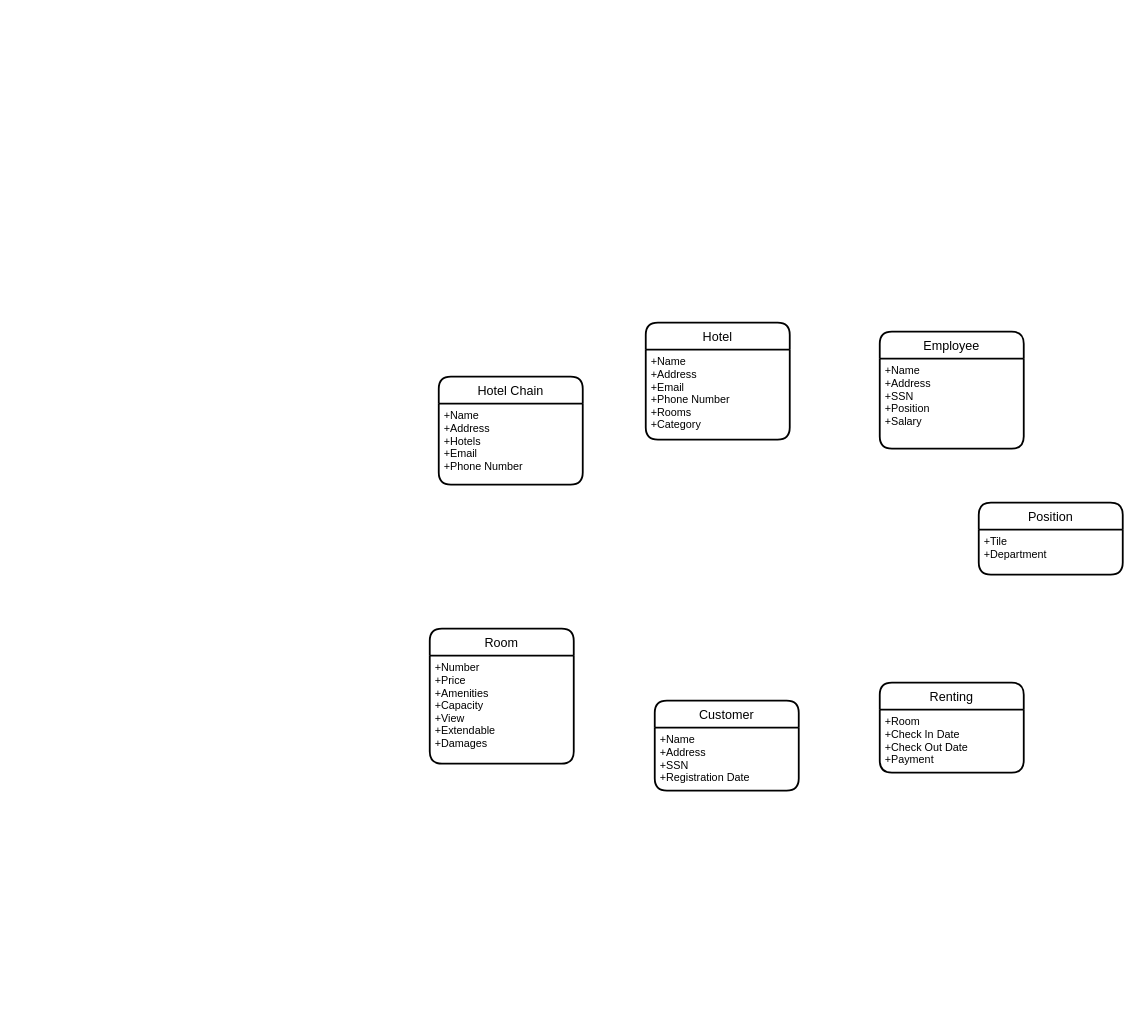
The draw.io diagram Deliverable1/CSI2132_D1_ER.drawio in NoahSprenger/CSI2132_GroupProject, before the edit. Source tidied: cells renumbered, new cells numbered last; positions are measured from the earlier drawing's top-left corner, leaving out a move shared by most shapes. Both pictures are drawn from the tidied source at 90%, with x=0, y=0 at pixel (429, 322).
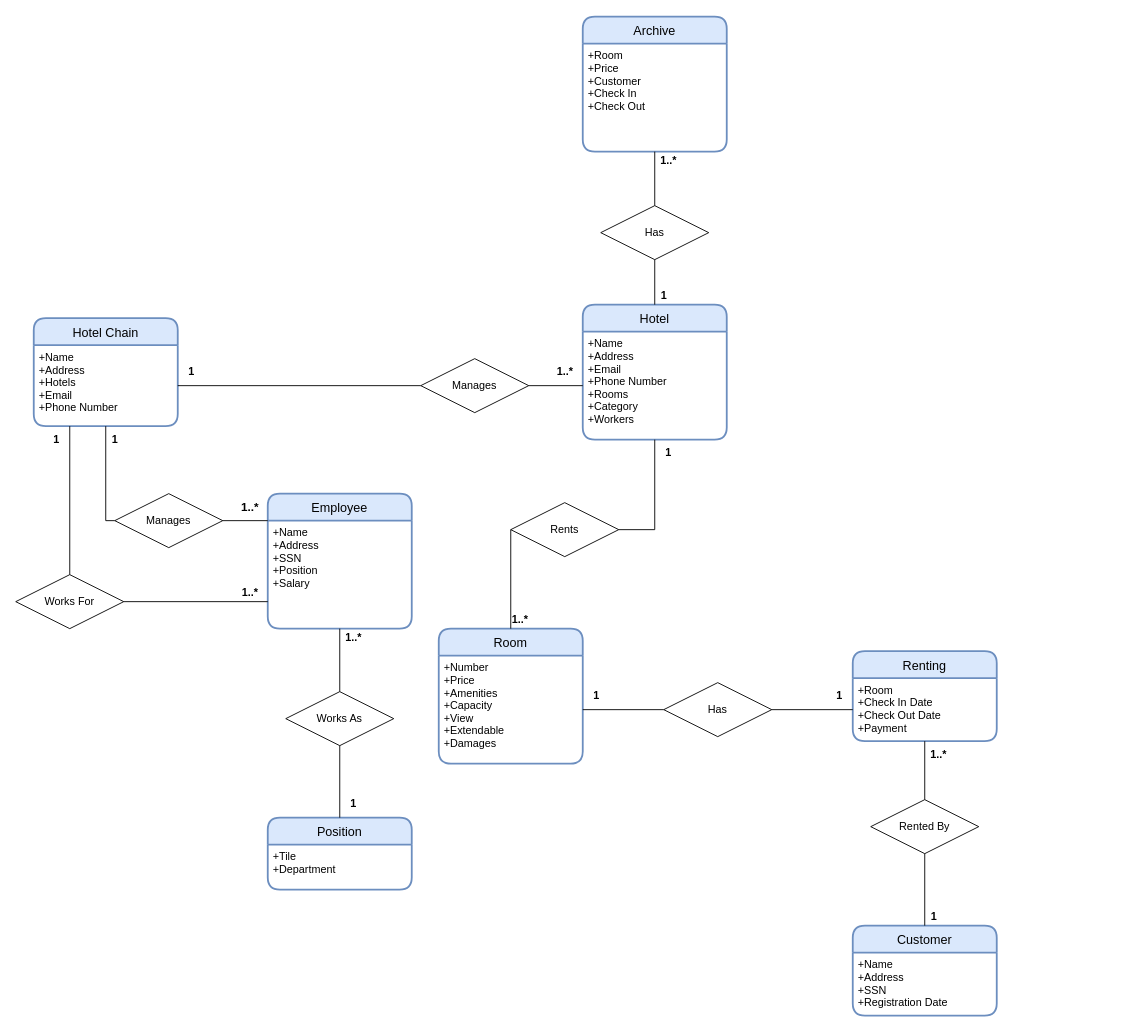
The same diagram, later.

Unchanged cells that the change refers to:
```xml
<mxCell id="3" value="+Name&#10;+Address &#10;+Hotels &#10;+Email&#10;+Phone Number&#10;" style="align=left;strokeColor=none;fillColor=none;spacingLeft=4;fontSize=12;verticalAlign=top;" parent="2" vertex="1">
  <mxGeometry y="30" width="160" height="90" as="geometry" />
</mxCell>
<mxCell id="15" value="+Room&#10;+Check In Date&#10;+Check Out Date&#10;+Payment&#10;" style="align=left;strokeColor=none;fillColor=none;spacingLeft=4;fontSize=12;verticalAlign=top;" parent="14" vertex="1">
  <mxGeometry y="30" width="160" height="70" as="geometry" />
</mxCell>
```

Diff of the diagram source:
```diff
@@
-    <mxCell id="2" value="Hotel Chain" style="swimlane;horizontal=1;startSize=30;rounded=1;fontSize=14;fontStyle=0;strokeWidth=2;shadow=0;dashed=0;align=center;" parent="1" vertex="1">
-      <mxGeometry x="10" y="60" width="160" height="120" as="geometry" />
+    <mxCell id="2" value="Hotel Chain" style="swimlane;horizontal=1;startSize=30;rounded=1;fontSize=14;fontStyle=0;strokeWidth=2;shadow=0;dashed=0;align=center;fillColor=#dae8fc;strokeColor=#6c8ebf;" parent="1" vertex="1">
+      <mxGeometry x="-440" y="-5" width="160" height="120" as="geometry" />
     </mxCell>
@@
-    <mxCell id="4" value="Hotel" style="swimlane;horizontal=1;startSize=30;rounded=1;fontSize=14;fontStyle=0;strokeWidth=2;shadow=0;dashed=0;align=center;" parent="1" vertex="1">
-      <mxGeometry x="240" width="160" height="130" as="geometry" />
+    <mxCell id="4" value="Hotel" style="swimlane;horizontal=1;startSize=30;rounded=1;fontSize=14;fontStyle=0;strokeWidth=2;shadow=0;dashed=0;align=center;fillColor=#dae8fc;strokeColor=#6c8ebf;" parent="1" vertex="1">
+      <mxGeometry x="170" y="-20" width="160" height="150" as="geometry" />
     </mxCell>
-    <mxCell id="5" value="+Name&#10;+Address &#10;+Email&#10;+Phone Number&#10;+Rooms&#10;+Category &#10;&#10;" style="align=left;strokeColor=none;fillColor=none;spacingLeft=4;fontSize=12;verticalAlign=top;" parent="4" vertex="1">
-      <mxGeometry y="30" width="160" height="100" as="geometry" />
+    <mxCell id="5" value="+Name&#10;+Address &#10;+Email&#10;+Phone Number&#10;+Rooms&#10;+Category &#10;+Workers&#10;" style="align=left;strokeColor=none;fillColor=none;spacingLeft=4;fontSize=12;verticalAlign=top;" parent="4" vertex="1">
+      <mxGeometry y="30" width="160" height="120" as="geometry" />
     </mxCell>
-    <mxCell id="6" value="Room" style="swimlane;horizontal=1;startSize=30;rounded=1;fontSize=14;fontStyle=0;strokeWidth=2;shadow=0;dashed=0;align=center;" parent="1" vertex="1">
-      <mxGeometry y="340" width="160" height="150" as="geometry" />
+    <mxCell id="6" value="Room" style="swimlane;horizontal=1;startSize=30;rounded=1;fontSize=14;fontStyle=0;strokeWidth=2;shadow=0;dashed=0;align=center;fillColor=#dae8fc;strokeColor=#6c8ebf;" parent="1" vertex="1">
+      <mxGeometry x="10" y="340" width="160" height="150" as="geometry" />
     </mxCell>
-    <mxCell id="7" value="+Number&#10;+Price&#10;+Amenities&#10;+Capacity&#10;+View&#10;+Extendable&#10;+Damages &#10;&#10;" style="align=left;strokeColor=none;fillColor=none;spacingLeft=4;fontSize=12;verticalAlign=top;" parent="6" vertex="1">
+    <mxCell id="7" value="+Number&#10;+Price&#10;+Amenities&#10;+Capacity&#10;+View&#10;+Extendable&#10;+Damages " style="align=left;strokeColor=none;fillColor=none;spacingLeft=4;fontSize=12;verticalAlign=top;" parent="6" vertex="1">
       <mxGeometry y="30" width="160" height="120" as="geometry" />
     </mxCell>
-    <mxCell id="8" value="Customer" style="swimlane;horizontal=1;startSize=30;rounded=1;fontSize=14;fontStyle=0;strokeWidth=2;shadow=0;dashed=0;align=center;" parent="1" vertex="1">
-      <mxGeometry x="250" y="420" width="160" height="100" as="geometry" />
+    <mxCell id="8" value="Customer" style="swimlane;horizontal=1;startSize=30;rounded=1;fontSize=14;fontStyle=0;strokeWidth=2;shadow=0;dashed=0;align=center;fillColor=#dae8fc;strokeColor=#6c8ebf;" parent="1" vertex="1">
+      <mxGeometry x="470" y="670" width="160" height="100" as="geometry" />
     </mxCell>
@@
-    <mxCell id="10" value="Employee" style="swimlane;horizontal=1;startSize=30;rounded=1;fontSize=14;fontStyle=0;strokeWidth=2;shadow=0;dashed=0;align=center;" parent="1" vertex="1">
-      <mxGeometry x="500" y="10" width="160" height="130" as="geometry" />
+    <mxCell id="10" value="Employee" style="swimlane;horizontal=1;startSize=30;rounded=1;fontSize=14;fontStyle=0;strokeWidth=2;shadow=0;dashed=0;align=center;fillColor=#dae8fc;strokeColor=#6c8ebf;" parent="1" vertex="1">
+      <mxGeometry x="-180" y="190" width="160" height="150" as="geometry" />
     </mxCell>
     <mxCell id="11" value="+Name&#10;+Address&#10;+SSN&#10;+Position&#10;+Salary&#10;" style="align=left;strokeColor=none;fillColor=none;spacingLeft=4;fontSize=12;verticalAlign=top;" parent="10" vertex="1">
-      <mxGeometry y="30" width="160" height="100" as="geometry" />
+      <mxGeometry y="30" width="160" height="120" as="geometry" />
     </mxCell>
-    <mxCell id="12" value="Position" style="swimlane;horizontal=1;startSize=30;rounded=1;fontSize=14;fontStyle=0;strokeWidth=2;shadow=0;dashed=0;align=center;" parent="1" vertex="1">
-      <mxGeometry x="610" y="200" width="160" height="80" as="geometry" />
+    <mxCell id="12" value="Position" style="swimlane;horizontal=1;startSize=30;rounded=1;fontSize=14;fontStyle=0;strokeWidth=2;shadow=0;dashed=0;align=center;fillColor=#dae8fc;strokeColor=#6c8ebf;" parent="1" vertex="1">
+      <mxGeometry x="-180" y="550" width="160" height="80" as="geometry" />
     </mxCell>
@@
-    <mxCell id="14" value="Renting" style="swimlane;horizontal=1;startSize=30;rounded=1;fontSize=14;fontStyle=0;strokeWidth=2;shadow=0;dashed=0;align=center;" parent="1" vertex="1">
-      <mxGeometry x="500" y="400" width="160" height="100" as="geometry" />
+    <mxCell id="14" value="Renting" style="swimlane;horizontal=1;startSize=30;rounded=1;fontSize=14;fontStyle=0;strokeWidth=2;shadow=0;dashed=0;align=center;fillColor=#dae8fc;strokeColor=#6c8ebf;" parent="1" vertex="1">
+      <mxGeometry x="470" y="365" width="160" height="100" as="geometry" />
     </mxCell>
@@
+    <mxCell id="16" value="&lt;b&gt;1&lt;/b&gt;" style="text;html=1;align=center;verticalAlign=middle;strokeColor=none;fillColor=none;" parent="1" vertex="1">
+      <mxGeometry x="-280" y="40" width="30" height="30" as="geometry" />
+    </mxCell>
+    <mxCell id="17" value="Works As" style="shape=rhombus;perimeter=rhombusPerimeter;whiteSpace=wrap;html=1;align=center;" parent="1" vertex="1">
+      <mxGeometry x="-160" y="410" width="120" height="60" as="geometry" />
+    </mxCell>
+    <mxCell id="18" value="Archive" style="swimlane;horizontal=1;startSize=30;rounded=1;fontSize=14;fontStyle=0;strokeWidth=2;shadow=0;dashed=0;align=center;fillColor=#dae8fc;strokeColor=#6c8ebf;" parent="1" vertex="1">
+      <mxGeometry x="170" y="-340" width="160" height="150" as="geometry" />
+    </mxCell>
+    <mxCell id="19" value="+Room&#10;+Price&#10;+Customer&#10;+Check In&#10;+Check Out&#10;" style="align=left;strokeColor=none;fillColor=none;spacingLeft=4;fontSize=12;verticalAlign=top;" parent="18" vertex="1">
+      <mxGeometry y="30" width="160" height="120" as="geometry" />
+    </mxCell>
+    <mxCell id="20" value="Manages" style="shape=rhombus;perimeter=rhombusPerimeter;whiteSpace=wrap;html=1;align=center;" parent="1" vertex="1">
+      <mxGeometry x="-350" y="190" width="120" height="60" as="geometry" />
+    </mxCell>
+    <mxCell id="21" value="&lt;div&gt;Works For&lt;br&gt;&lt;/div&gt;" style="shape=rhombus;perimeter=rhombusPerimeter;whiteSpace=wrap;html=1;align=center;" parent="1" vertex="1">
+      <mxGeometry x="-460" y="280" width="120" height="60" as="geometry" />
+    </mxCell>
+    <mxCell id="22" value="Rents" style="shape=rhombus;perimeter=rhombusPerimeter;whiteSpace=wrap;html=1;align=center;" parent="1" vertex="1">
+      <mxGeometry x="90" y="200" width="120" height="60" as="geometry" />
+    </mxCell>
+    <mxCell id="23" value="Manages" style="shape=rhombus;perimeter=rhombusPerimeter;whiteSpace=wrap;html=1;align=center;" parent="1" vertex="1">
+      <mxGeometry x="-10" y="40" width="120" height="60" as="geometry" />
+    </mxCell>
+    <mxCell id="24" value="Rented By" style="shape=rhombus;perimeter=rhombusPerimeter;whiteSpace=wrap;html=1;align=center;" parent="1" vertex="1">
+      <mxGeometry x="490" y="530" width="120" height="60" as="geometry" />
+    </mxCell>
+    <mxCell id="25" style="endArrow=none;html=1;rounded=0;entryX=1;entryY=0.5;entryDx=0;entryDy=0;exitX=0;exitY=0.5;exitDx=0;exitDy=0;" parent="1" edge="1" source="23" target="3">
+      <mxGeometry relative="1" as="geometry" />
+    </mxCell>
+    <mxCell id="26" style="endArrow=none;html=1;rounded=0;entryX=1;entryY=0.5;entryDx=0;entryDy=0;exitX=0;exitY=0.5;exitDx=0;exitDy=0;" parent="1" edge="1" source="5" target="23">
+      <mxGeometry relative="1" as="geometry" />
+    </mxCell>
+    <mxCell id="27" value="&lt;b&gt;1..*&lt;/b&gt;" style="text;html=1;align=center;verticalAlign=middle;strokeColor=none;fillColor=none;" parent="1" vertex="1">
+      <mxGeometry x="130" y="40" width="40" height="30" as="geometry" />
+    </mxCell>
+    <mxCell id="28" style="endArrow=none;html=1;rounded=0;entryX=1;entryY=0.5;entryDx=0;entryDy=0;exitX=0.5;exitY=1;exitDx=0;exitDy=0;" parent="1" edge="1" source="4" target="22">
+      <mxGeometry relative="1" as="geometry">
+        <Array as="points">
+          <mxPoint x="250" y="230" />
+        </Array>
+      </mxGeometry>
+    </mxCell>
+    <mxCell id="29" style="endArrow=none;html=1;rounded=0;entryX=0;entryY=0.5;entryDx=0;entryDy=0;exitX=0.5;exitY=0;exitDx=0;exitDy=0;" parent="1" edge="1" source="6" target="22">
+      <mxGeometry relative="1" as="geometry" />
+    </mxCell>
+    <mxCell id="30" value="&lt;b&gt;1&lt;/b&gt;" style="text;html=1;align=center;verticalAlign=middle;strokeColor=none;fillColor=none;" parent="1" vertex="1">
+      <mxGeometry x="250" y="130" width="30" height="30" as="geometry" />
+    </mxCell>
+    <mxCell id="31" value="&lt;b&gt;1..*&lt;/b&gt;" style="text;html=1;align=center;verticalAlign=middle;strokeColor=none;fillColor=none;" parent="1" vertex="1">
+      <mxGeometry x="80" y="315" width="40" height="30" as="geometry" />
+    </mxCell>
+    <mxCell id="32" style="endArrow=none;html=1;rounded=0;entryX=0.5;entryY=1;entryDx=0;entryDy=0;exitX=0.5;exitY=0;exitDx=0;exitDy=0;" parent="1" edge="1" source="17" target="10">
+      <mxGeometry relative="1" as="geometry" />
+    </mxCell>
+    <mxCell id="33" style="endArrow=none;html=1;rounded=0;entryX=0.5;entryY=1;entryDx=0;entryDy=0;exitX=0.5;exitY=0;exitDx=0;exitDy=0;" parent="1" edge="1" source="12" target="17">
+      <mxGeometry relative="1" as="geometry" />
+    </mxCell>
+    <mxCell id="34" style="endArrow=none;html=1;rounded=0;entryX=1;entryY=0.5;entryDx=0;entryDy=0;exitX=0;exitY=0.75;exitDx=0;exitDy=0;" parent="1" edge="1" source="11" target="21">
+      <mxGeometry relative="1" as="geometry" />
+    </mxCell>
+    <mxCell id="35" style="endArrow=none;html=1;rounded=0;exitX=0;exitY=0;exitDx=0;exitDy=0;entryX=1;entryY=0.5;entryDx=0;entryDy=0;" parent="1" edge="1" source="11" target="20">
+      <mxGeometry relative="1" as="geometry" />
+    </mxCell>
+    <mxCell id="36" value="Has" style="shape=rhombus;perimeter=rhombusPerimeter;whiteSpace=wrap;html=1;align=center;" parent="1" vertex="1">
+      <mxGeometry x="260" y="400" width="120" height="60" as="geometry" />
+    </mxCell>
+    <mxCell id="37" style="endArrow=none;html=1;rounded=0;exitX=0;exitY=0.5;exitDx=0;exitDy=0;entryX=1;entryY=0.5;entryDx=0;entryDy=0;" parent="1" edge="1" source="36" target="7">
+      <mxGeometry relative="1" as="geometry" />
+    </mxCell>
+    <mxCell id="38" style="endArrow=none;html=1;rounded=0;exitX=1;exitY=0.5;exitDx=0;exitDy=0;entryX=0;entryY=0.5;entryDx=0;entryDy=0;" parent="1" edge="1" source="36" target="15">
+      <mxGeometry relative="1" as="geometry" />
+    </mxCell>
+    <mxCell id="39" style="endArrow=none;html=1;rounded=0;exitX=0.5;exitY=0;exitDx=0;exitDy=0;entryX=0.5;entryY=1;entryDx=0;entryDy=0;" parent="1" edge="1" source="24" target="15">
+      <mxGeometry relative="1" as="geometry" />
+    </mxCell>
+    <mxCell id="40" style="endArrow=none;html=1;rounded=0;exitX=0.5;exitY=1;exitDx=0;exitDy=0;entryX=0.5;entryY=0;entryDx=0;entryDy=0;" parent="1" edge="1" source="24" target="8">
+      <mxGeometry relative="1" as="geometry" />
+    </mxCell>
+    <mxCell id="41" value="Has" style="shape=rhombus;perimeter=rhombusPerimeter;whiteSpace=wrap;html=1;align=center;" parent="1" vertex="1">
+      <mxGeometry x="190" y="-130" width="120" height="60" as="geometry" />
+    </mxCell>
+    <mxCell id="42" style="endArrow=none;html=1;rounded=0;entryX=0.5;entryY=1;entryDx=0;entryDy=0;exitX=0.5;exitY=0;exitDx=0;exitDy=0;" parent="1" edge="1" source="41" target="19">
+      <mxGeometry relative="1" as="geometry" />
+    </mxCell>
+    <mxCell id="43" style="endArrow=none;html=1;rounded=0;entryX=0.5;entryY=0;entryDx=0;entryDy=0;exitX=0.5;exitY=1;exitDx=0;exitDy=0;" parent="1" edge="1" source="41" target="4">
+      <mxGeometry relative="1" as="geometry" />
+    </mxCell>
+    <mxCell id="44" value="&lt;b&gt;1&lt;/b&gt;" style="text;html=1;align=center;verticalAlign=middle;strokeColor=none;fillColor=none;" parent="1" vertex="1">
+      <mxGeometry x="245" y="-45" width="30" height="30" as="geometry" />
+    </mxCell>
+    <mxCell id="45" value="&lt;b&gt;1..*&lt;/b&gt;" style="text;html=1;align=center;verticalAlign=middle;strokeColor=none;fillColor=none;" parent="1" vertex="1">
+      <mxGeometry x="245" y="-195" width="40" height="30" as="geometry" />
+    </mxCell>
+    <mxCell id="46" value="&lt;b&gt;1..*&lt;/b&gt;" style="text;html=1;align=center;verticalAlign=middle;strokeColor=none;fillColor=none;" parent="1" vertex="1">
+      <mxGeometry x="-220" y="285" width="40" height="30" as="geometry" />
+    </mxCell>
+    <mxCell id="47" style="endArrow=none;html=1;rounded=0;entryX=0.5;entryY=0;entryDx=0;entryDy=0;exitX=0.25;exitY=1;exitDx=0;exitDy=0;" parent="1" edge="1" source="3" target="21">
+      <mxGeometry relative="1" as="geometry" />
+    </mxCell>
+    <mxCell id="48" style="endArrow=none;html=1;rounded=0;entryX=0;entryY=0.5;entryDx=0;entryDy=0;exitX=0.5;exitY=1;exitDx=0;exitDy=0;" parent="1" edge="1" source="3" target="20">
+      <mxGeometry relative="1" as="geometry">
+        <Array as="points">
+          <mxPoint x="-360" y="220" />
+        </Array>
+      </mxGeometry>
+    </mxCell>
+    <mxCell id="49" value="&lt;b&gt;1&lt;/b&gt;" style="text;html=1;align=center;verticalAlign=middle;strokeColor=none;fillColor=none;" parent="1" vertex="1">
+      <mxGeometry x="-430" y="115" width="30" height="30" as="geometry" />
+    </mxCell>
+    <mxCell id="50" value="&lt;b&gt;1&lt;/b&gt;" style="text;html=1;align=center;verticalAlign=middle;strokeColor=none;fillColor=none;" parent="1" vertex="1">
+      <mxGeometry x="-365" y="115" width="30" height="30" as="geometry" />
+    </mxCell>
+    <mxCell id="51" value="&lt;font style=&quot;font-size: 13px;&quot;&gt;&lt;b&gt;1..*&lt;/b&gt;&lt;/font&gt;" style="text;html=1;align=center;verticalAlign=middle;strokeColor=none;fillColor=none;" parent="1" vertex="1">
+      <mxGeometry x="-220" y="190" width="40" height="30" as="geometry" />
+    </mxCell>
+    <mxCell id="52" value="&lt;b&gt;1&lt;/b&gt;" style="text;html=1;align=center;verticalAlign=middle;strokeColor=none;fillColor=none;" parent="1" vertex="1">
+      <mxGeometry x="-100" y="520" width="30" height="30" as="geometry" />
+    </mxCell>
+    <mxCell id="53" value="&lt;b&gt;1..*&lt;/b&gt;" style="text;html=1;align=center;verticalAlign=middle;strokeColor=none;fillColor=none;" parent="1" vertex="1">
+      <mxGeometry x="-105" y="335" width="40" height="30" as="geometry" />
+    </mxCell>
+    <mxCell id="54" value="&lt;b&gt;1&lt;/b&gt;" style="text;html=1;align=center;verticalAlign=middle;strokeColor=none;fillColor=none;" parent="1" vertex="1">
+      <mxGeometry x="545" y="645" width="30" height="30" as="geometry" />
+    </mxCell>
+    <mxCell id="55" value="&lt;b&gt;1..*&lt;/b&gt;" style="text;html=1;align=center;verticalAlign=middle;strokeColor=none;fillColor=none;" parent="1" vertex="1">
+      <mxGeometry x="545" y="465" width="40" height="30" as="geometry" />
+    </mxCell>
+    <mxCell id="56" value="&lt;b&gt;1&lt;/b&gt;" style="text;html=1;align=center;verticalAlign=middle;strokeColor=none;fillColor=none;" parent="1" vertex="1">
+      <mxGeometry x="170" y="400" width="30" height="30" as="geometry" />
+    </mxCell>
+    <mxCell id="57" value="&lt;b&gt;1&lt;/b&gt;" style="text;html=1;align=center;verticalAlign=middle;strokeColor=none;fillColor=none;" parent="1" vertex="1">
+      <mxGeometry x="440" y="400" width="30" height="30" as="geometry" />
+    </mxCell>
```
